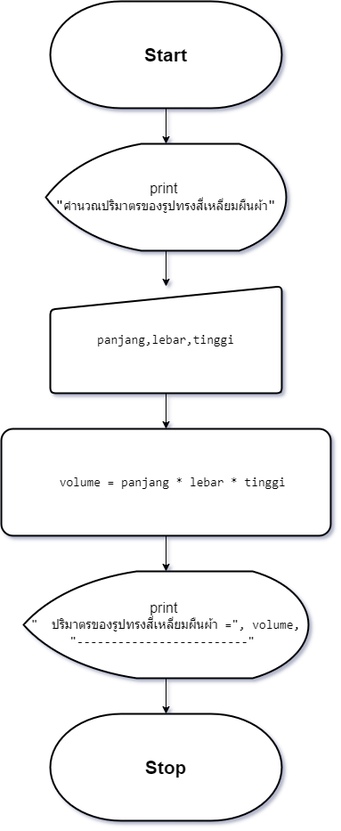
The draw.io diagram asset/F_png_file/sp_7.drawio.png in TeaplusSsuwan/Geometric_computation, before a commit. Source tidied: cells renumbered, new cells last; positions are measured from the earlier drawing's top-left corner, leaving out a move shared by most shapes.
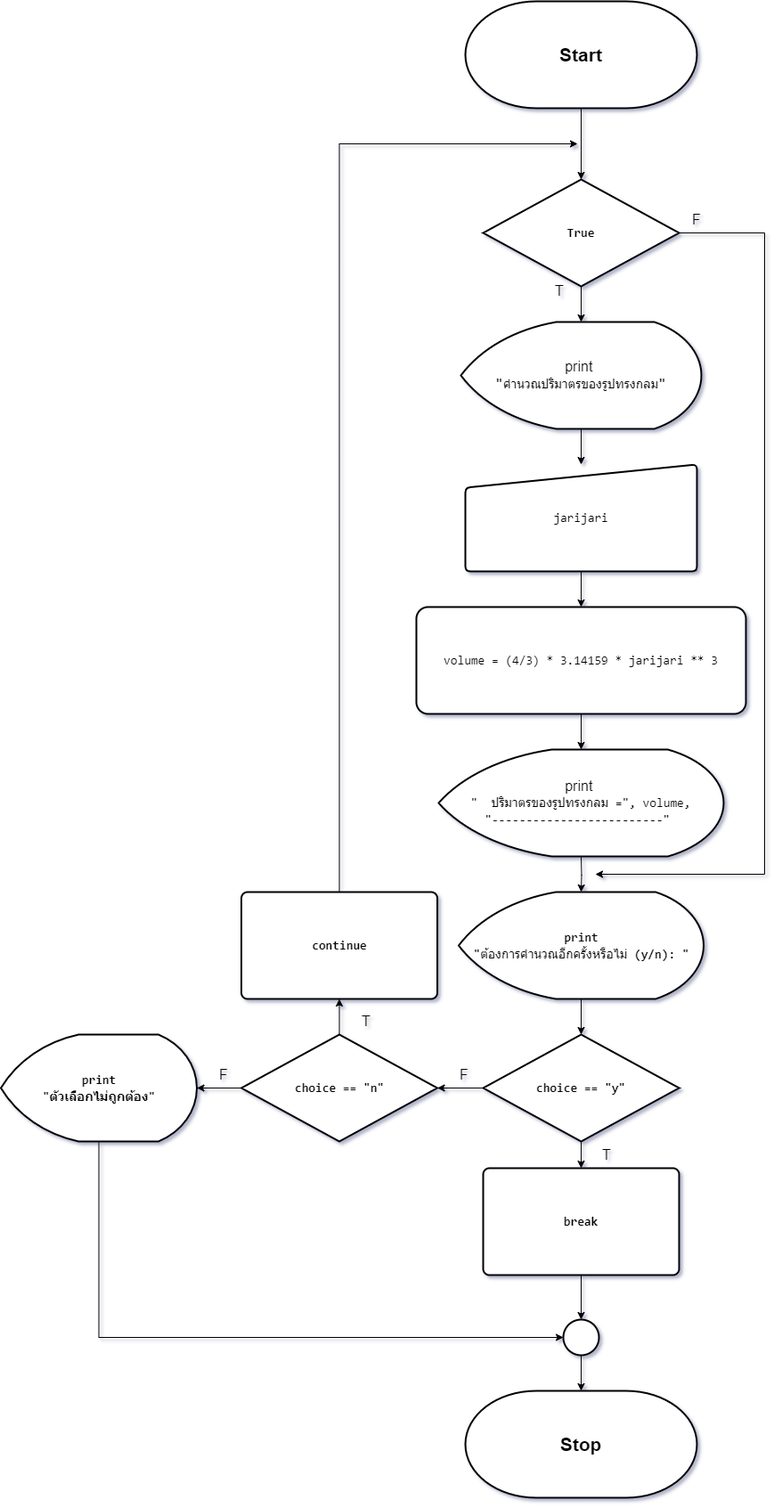
After the change.

What changed in the source:
```diff
@@ -2,38 +2,130 @@
   <root>
     <mxCell id="0" />
     <mxCell id="1" parent="0" />
+    <mxCell id="13" style="edgeStyle=orthogonalEdgeStyle;rounded=0;jettySize=auto;html=1;" parent="1" edge="1" source="2" target="16">
+      <mxGeometry relative="1" as="geometry" />
+    </mxCell>
     <mxCell id="2" value="&lt;font style=&quot;font-size: 21px;&quot;&gt;&lt;b&gt;Start&lt;/b&gt;&lt;/font&gt;" style="strokeWidth=2;html=1;shape=mxgraph.flowchart.terminator;whiteSpace=wrap;" parent="1" vertex="1">
-      <mxGeometry x="55" width="260" height="120" as="geometry" />
+      <mxGeometry x="55" y="-200" width="260" height="120" as="geometry" />
     </mxCell>
     <mxCell id="3" style="edgeStyle=orthogonalEdgeStyle;rounded=0;jettySize=auto;html=1;entryX=0.5;entryY=0;entryDx=0;entryDy=0;" parent="1" edge="1" source="4" target="7">
       <mxGeometry relative="1" as="geometry" />
     </mxCell>
-    <mxCell id="4" value="&lt;font style=&quot;font-size: 16px;&quot;&gt;print&amp;nbsp;&lt;/font&gt;&lt;div&gt;&lt;span style=&quot;font-family: Consolas, &amp;quot;Courier New&amp;quot;, monospace; white-space: pre;&quot;&gt;&lt;font style=&quot;font-size: 16px;&quot;&gt;&quot;&lt;/font&gt;&lt;/span&gt;&lt;span style=&quot;font-family: Consolas, &amp;quot;Courier New&amp;quot;, monospace; font-size: 14px; white-space: pre;&quot;&gt;คำนวณปริมาตรของรูปทรงสี่เหลี่ยมผืนผ้า&lt;/span&gt;&lt;span style=&quot;font-family: Consolas, &amp;quot;Courier New&amp;quot;, monospace; font-size: 16px; white-space: pre;&quot;&gt;&quot;&lt;/span&gt;&lt;br&gt;&lt;/div&gt;" style="strokeWidth=2;html=1;shape=mxgraph.flowchart.display;whiteSpace=wrap;" parent="1" vertex="1">
+    <mxCell id="4" value="&lt;font style=&quot;font-size: 16px;&quot;&gt;print&amp;nbsp;&lt;/font&gt;&lt;div&gt;&lt;span style=&quot;font-family: Consolas, &amp;quot;Courier New&amp;quot;, monospace; white-space: pre;&quot;&gt;&lt;font style=&quot;font-size: 16px;&quot;&gt;&quot;&lt;/font&gt;&lt;/span&gt;&lt;span style=&quot;font-family: Consolas, &amp;quot;Courier New&amp;quot;, monospace; font-size: 14px; white-space: pre;&quot;&gt;คำนวณปริมาตรของรูปทรงกลม&lt;/span&gt;&lt;span style=&quot;font-family: Consolas, &amp;quot;Courier New&amp;quot;, monospace; font-size: 16px; white-space: pre;&quot;&gt;&quot;&lt;/span&gt;&lt;br&gt;&lt;/div&gt;" style="strokeWidth=2;html=1;shape=mxgraph.flowchart.display;whiteSpace=wrap;" parent="1" vertex="1">
       <mxGeometry x="50" y="160" width="270" height="120" as="geometry" />
     </mxCell>
-    <mxCell id="5" style="edgeStyle=orthogonalEdgeStyle;rounded=0;jettySize=auto;html=1;entryX=0.5;entryY=0;entryDx=0;entryDy=0;entryPerimeter=0;" parent="1" edge="1" source="2" target="4">
-      <mxGeometry relative="1" as="geometry" />
-    </mxCell>
     <mxCell id="6" style="edgeStyle=orthogonalEdgeStyle;rounded=0;jettySize=auto;html=1;" parent="1" edge="1" source="7" target="9">
       <mxGeometry relative="1" as="geometry" />
     </mxCell>
-    <mxCell id="7" value="&lt;div style=&quot;font-size: 16px;&quot;&gt;&lt;div style=&quot;font-family: Consolas, &amp;quot;Courier New&amp;quot;, monospace; font-size: 14px; line-height: 19px; white-space: pre;&quot;&gt;&lt;div style=&quot;line-height: 19px;&quot;&gt;&lt;div style=&quot;line-height: 19px;&quot;&gt;&lt;div style=&quot;line-height: 19px;&quot;&gt;&lt;div style=&quot;line-height: 19px;&quot;&gt;&lt;div style=&quot;line-height: 19px;&quot;&gt;panjang,lebar,tinggi&lt;/div&gt;&lt;/div&gt;&lt;/div&gt;&lt;/div&gt;&lt;/div&gt;&lt;/div&gt;&lt;/div&gt;" style="html=1;strokeWidth=2;shape=manualInput;whiteSpace=wrap;rounded=1;size=26;arcSize=11;" parent="1" vertex="1">
+    <mxCell id="7" value="&lt;div style=&quot;font-size: 16px;&quot;&gt;&lt;div style=&quot;font-family: Consolas, &amp;quot;Courier New&amp;quot;, monospace; font-size: 14px; line-height: 19px; white-space: pre;&quot;&gt;&lt;div style=&quot;line-height: 19px;&quot;&gt;&lt;div style=&quot;line-height: 19px;&quot;&gt;&lt;div style=&quot;line-height: 19px;&quot;&gt;&lt;div style=&quot;line-height: 19px;&quot;&gt;&lt;div style=&quot;line-height: 19px;&quot;&gt;&lt;div style=&quot;line-height: 19px;&quot;&gt;&lt;span style=&quot;background-color: rgb(255, 255, 255);&quot;&gt;jarijari&lt;/span&gt;&lt;/div&gt;&lt;/div&gt;&lt;/div&gt;&lt;/div&gt;&lt;/div&gt;&lt;/div&gt;&lt;/div&gt;&lt;/div&gt;" style="html=1;strokeWidth=2;shape=manualInput;whiteSpace=wrap;rounded=1;size=26;arcSize=11;" parent="1" vertex="1">
       <mxGeometry x="55" y="320" width="260" height="120" as="geometry" />
     </mxCell>
     <mxCell id="8" style="edgeStyle=orthogonalEdgeStyle;rounded=0;jettySize=auto;html=1;" parent="1" edge="1" source="9" target="11">
       <mxGeometry relative="1" as="geometry" />
     </mxCell>
-    <mxCell id="9" value="&lt;div style=&quot;font-family: Consolas, &amp;quot;Courier New&amp;quot;, monospace; font-size: 16px; line-height: 19px; white-space: pre;&quot;&gt;&lt;div style=&quot;font-size: 14px; line-height: 19px;&quot;&gt;&lt;div style=&quot;&quot;&gt;&lt;div style=&quot;line-height: 19px;&quot;&gt;&lt;div style=&quot;&quot;&gt;&lt;div style=&quot;line-height: 19px;&quot;&gt;&lt;div style=&quot;line-height: 19px;&quot;&gt;&lt;div style=&quot;&quot;&gt;&lt;div style=&quot;line-height: 19px;&quot;&gt;&lt;div style=&quot;line-height: 19px;&quot;&gt;&lt;div style=&quot;&quot;&gt;&amp;nbsp; volume = panjang * lebar * tinggi&lt;/div&gt;&lt;/div&gt;&lt;/div&gt;&lt;/div&gt;&lt;/div&gt;&lt;/div&gt;&lt;/div&gt;&lt;/div&gt;&lt;/div&gt;&lt;/div&gt;&lt;/div&gt;" style="rounded=1;whiteSpace=wrap;html=1;strokeWidth=2;arcSize=11;" parent="1" vertex="1">
+    <mxCell id="9" value="&lt;div style=&quot;font-family: Consolas, &amp;quot;Courier New&amp;quot;, monospace; font-size: 16px; line-height: 19px; white-space: pre;&quot;&gt;&lt;div style=&quot;font-size: 14px; line-height: 19px;&quot;&gt;&lt;div style=&quot;&quot;&gt;&lt;div style=&quot;line-height: 19px;&quot;&gt;&lt;div style=&quot;&quot;&gt;&lt;div style=&quot;line-height: 19px;&quot;&gt;&lt;div style=&quot;line-height: 19px;&quot;&gt;&lt;div style=&quot;&quot;&gt;&lt;div style=&quot;line-height: 19px;&quot;&gt;&lt;div style=&quot;line-height: 19px;&quot;&gt;&lt;div style=&quot;&quot;&gt;&lt;div style=&quot;line-height: 19px;&quot;&gt;&lt;span style=&quot;background-color: rgb(255, 255, 255);&quot;&gt;volume = (4/3) * 3.14159 * jarijari ** 3&lt;/span&gt;&lt;/div&gt;&lt;/div&gt;&lt;/div&gt;&lt;/div&gt;&lt;/div&gt;&lt;/div&gt;&lt;/div&gt;&lt;/div&gt;&lt;/div&gt;&lt;/div&gt;&lt;/div&gt;&lt;/div&gt;" style="rounded=1;whiteSpace=wrap;html=1;strokeWidth=2;arcSize=11;" parent="1" vertex="1">
       <mxGeometry y="480" width="370" height="120" as="geometry" />
     </mxCell>
-    <mxCell id="10" style="edgeStyle=orthogonalEdgeStyle;rounded=0;jettySize=auto;html=1;" parent="1" edge="1" source="11" target="12">
-      <mxGeometry relative="1" as="geometry" />
-    </mxCell>
-    <mxCell id="11" value="&lt;font style=&quot;font-size: 16px;&quot;&gt;print&amp;nbsp;&lt;/font&gt;&lt;div&gt;&lt;div style=&quot;font-family: Consolas, &amp;quot;Courier New&amp;quot;, monospace; font-size: 14px; line-height: 19px; white-space: pre;&quot;&gt;&quot; &amp;nbsp;ปริมาตรของรูปทรงสี่เหลี่ยมผืนผ้า =&quot;, volume,&lt;br&gt;&lt;/div&gt;&lt;div style=&quot;font-family: Consolas, &amp;quot;Courier New&amp;quot;, monospace; font-size: 14px; line-height: 19px; white-space: pre;&quot;&gt;&quot;-------------------------&quot; &lt;/div&gt;&lt;/div&gt;" style="strokeWidth=2;html=1;shape=mxgraph.flowchart.display;whiteSpace=wrap;" parent="1" vertex="1">
+    <mxCell id="11" value="&lt;font style=&quot;font-size: 16px;&quot;&gt;print&amp;nbsp;&lt;/font&gt;&lt;div&gt;&lt;div style=&quot;font-family: Consolas, &amp;quot;Courier New&amp;quot;, monospace; font-size: 14px; line-height: 19px; white-space: pre;&quot;&gt;&quot; &amp;nbsp;ปริมาตรของรูปทรงกลม =&quot;, volume,&lt;br&gt;&lt;/div&gt;&lt;div style=&quot;font-family: Consolas, &amp;quot;Courier New&amp;quot;, monospace; font-size: 14px; line-height: 19px; white-space: pre;&quot;&gt;&quot;-------------------------&quot; &lt;/div&gt;&lt;/div&gt;" style="strokeWidth=2;html=1;shape=mxgraph.flowchart.display;whiteSpace=wrap;" parent="1" vertex="1">
       <mxGeometry x="25" y="640" width="320" height="120" as="geometry" />
     </mxCell>
+    <mxCell id="14" style="edgeStyle=orthogonalEdgeStyle;rounded=0;jettySize=auto;html=1;" parent="1" edge="1" source="16" target="4">
+      <mxGeometry relative="1" as="geometry" />
+    </mxCell>
+    <mxCell id="15" style="edgeStyle=orthogonalEdgeStyle;rounded=0;jettySize=auto;html=1;" parent="1" edge="1" source="16">
+      <mxGeometry relative="1" as="geometry">
+        <mxPoint x="201" y="780" as="targetPoint" />
+        <Array as="points">
+          <mxPoint x="391" y="60" />
+          <mxPoint x="391" y="780" />
+        </Array>
+      </mxGeometry>
+    </mxCell>
+    <mxCell id="16" value="&lt;div style=&quot;font-family: Consolas, &amp;quot;Courier New&amp;quot;, monospace; font-size: 14px; line-height: 19px; white-space: pre;&quot;&gt;&lt;span style=&quot;font-size: 14px;&quot;&gt;True&lt;/span&gt;&lt;/div&gt;" style="rhombus;whiteSpace=wrap;html=1;strokeWidth=2;labelBackgroundColor=none;fontColor=default;fontSize=14;fontStyle=1;" parent="1" vertex="1">
+      <mxGeometry x="75" width="220" height="120" as="geometry" />
+    </mxCell>
+    <mxCell id="17" value="T" style="text;html=1;align=center;verticalAlign=middle;whiteSpace=wrap;rounded=0;fontSize=16;" parent="1" vertex="1">
+      <mxGeometry x="131" y="110" width="60" height="30" as="geometry" />
+    </mxCell>
+    <mxCell id="18" value="F" style="text;html=1;align=center;verticalAlign=middle;whiteSpace=wrap;rounded=0;fontSize=16;" parent="1" vertex="1">
+      <mxGeometry x="285" y="30" width="60" height="30" as="geometry" />
+    </mxCell>
+    <mxCell id="19" style="edgeStyle=orthogonalEdgeStyle;rounded=0;jettySize=auto;html=1;" parent="1" edge="1" target="21">
+      <mxGeometry relative="1" as="geometry">
+        <mxPoint x="185" y="760" as="sourcePoint" />
+      </mxGeometry>
+    </mxCell>
     <mxCell id="12" value="&lt;font style=&quot;font-size: 21px;&quot;&gt;&lt;b&gt;Stop&lt;/b&gt;&lt;/font&gt;" style="strokeWidth=2;html=1;shape=mxgraph.flowchart.terminator;whiteSpace=wrap;" parent="1" vertex="1">
-      <mxGeometry x="55" y="800" width="260" height="120" as="geometry" />
+      <mxGeometry x="55" y="1360" width="260" height="120" as="geometry" />
     </mxCell>
+    <mxCell id="20" style="edgeStyle=orthogonalEdgeStyle;rounded=0;jettySize=auto;html=1;labelBackgroundColor=none;fontColor=default;fontSize=14;fontStyle=1;" parent="1" edge="1" source="21" target="24">
+      <mxGeometry relative="1" as="geometry" />
+    </mxCell>
+    <mxCell id="21" value="&lt;div style=&quot;font-family: Consolas, &amp;quot;Courier New&amp;quot;, monospace; font-size: 14px; line-height: 19px; white-space: pre;&quot;&gt;&lt;div style=&quot;line-height: 19px; font-size: 14px;&quot;&gt;&lt;span style=&quot;font-size: 14px;&quot;&gt;print&lt;/span&gt;&lt;/div&gt;&lt;/div&gt;&lt;div style=&quot;font-family: Consolas, &amp;quot;Courier New&amp;quot;, monospace; font-size: 14px; line-height: 19px; white-space: pre;&quot;&gt;&lt;div style=&quot;line-height: 19px; font-size: 14px;&quot;&gt;&lt;span style=&quot;font-size: 14px;&quot;&gt;&quot;&lt;/span&gt;&lt;span style=&quot;font-weight: normal;&quot;&gt;ต้องการคำนวณอีกครั้งหรือไม่&lt;/span&gt;&lt;span style=&quot;background-color: initial;&quot;&gt; (y/n): &quot;&lt;/span&gt;&lt;br&gt;&lt;/div&gt;&lt;/div&gt;" style="strokeWidth=2;html=1;shape=mxgraph.flowchart.display;whiteSpace=wrap;labelBackgroundColor=none;fontColor=default;fontSize=14;fontStyle=1;" parent="1" vertex="1">
+      <mxGeometry x="47.5" y="800" width="275" height="120" as="geometry" />
+    </mxCell>
+    <mxCell id="22" style="edgeStyle=orthogonalEdgeStyle;rounded=0;jettySize=auto;html=1;labelBackgroundColor=none;fontColor=default;fontSize=14;fontStyle=1;" parent="1" edge="1" source="24" target="27">
+      <mxGeometry relative="1" as="geometry" />
+    </mxCell>
+    <mxCell id="23" style="edgeStyle=orthogonalEdgeStyle;rounded=0;jettySize=auto;html=1;labelBackgroundColor=none;fontColor=default;fontSize=14;fontStyle=1;" parent="1" edge="1" source="24" target="31">
+      <mxGeometry relative="1" as="geometry" />
+    </mxCell>
+    <mxCell id="24" value="&lt;div style=&quot;font-family: Consolas, &amp;quot;Courier New&amp;quot;, monospace; font-size: 14px; line-height: 19px; white-space: pre;&quot;&gt;&lt;span style=&quot;font-size: 14px;&quot;&gt;choice &lt;/span&gt;== &lt;span style=&quot;font-size: 14px;&quot;&gt;&quot;y&quot;&lt;/span&gt;&lt;/div&gt;" style="rhombus;whiteSpace=wrap;html=1;strokeWidth=2;labelBackgroundColor=none;fontColor=default;fontSize=14;fontStyle=1;" parent="1" vertex="1">
+      <mxGeometry x="75" y="960" width="220" height="120" as="geometry" />
+    </mxCell>
+    <mxCell id="25" style="edgeStyle=orthogonalEdgeStyle;rounded=0;jettySize=auto;html=1;labelBackgroundColor=none;fontColor=default;fontSize=14;fontStyle=1;" parent="1" edge="1" source="27" target="29">
+      <mxGeometry relative="1" as="geometry" />
+    </mxCell>
+    <mxCell id="26" style="edgeStyle=orthogonalEdgeStyle;rounded=0;jettySize=auto;html=1;labelBackgroundColor=none;fontColor=default;fontSize=14;fontStyle=1;" parent="1" edge="1" source="27" target="33">
+      <mxGeometry relative="1" as="geometry" />
+    </mxCell>
+    <mxCell id="27" value="&lt;div style=&quot;font-family: Consolas, &amp;quot;Courier New&amp;quot;, monospace; font-size: 14px; line-height: 19px; white-space: pre;&quot;&gt;&lt;span style=&quot;font-size: 14px;&quot;&gt;choice &lt;/span&gt;== &lt;span style=&quot;font-size: 14px;&quot;&gt;&quot;&lt;/span&gt;&lt;span style=&quot;font-size: 14px;&quot;&gt;n&lt;/span&gt;&lt;span style=&quot;font-size: 14px;&quot;&gt;&quot;&lt;/span&gt;&lt;br style=&quot;font-size: 14px;&quot;&gt;&lt;/div&gt;" style="rhombus;whiteSpace=wrap;html=1;strokeWidth=2;labelBackgroundColor=none;fontColor=default;fontSize=14;fontStyle=1;" parent="1" vertex="1">
+      <mxGeometry x="-196.5" y="960" width="220" height="120" as="geometry" />
+    </mxCell>
+    <mxCell id="28" style="edgeStyle=orthogonalEdgeStyle;rounded=0;jettySize=auto;html=1;entryX=0;entryY=0.5;entryDx=0;entryDy=0;" parent="1" edge="1" source="29" target="39">
+      <mxGeometry relative="1" as="geometry">
+        <Array as="points">
+          <mxPoint x="-356.5" y="1300" />
+        </Array>
+      </mxGeometry>
+    </mxCell>
+    <mxCell id="29" value="&lt;div style=&quot;font-family: Consolas, &amp;quot;Courier New&amp;quot;, monospace; font-size: 14px; line-height: 19px; white-space: pre;&quot;&gt;&lt;div style=&quot;line-height: 19px; font-size: 14px;&quot;&gt;&lt;span style=&quot;font-size: 14px;&quot;&gt;print&lt;/span&gt;&lt;/div&gt;&lt;/div&gt;&lt;div style=&quot;font-family: Consolas, &amp;quot;Courier New&amp;quot;, monospace; font-size: 14px; line-height: 19px; white-space: pre;&quot;&gt;&lt;span style=&quot;font-size: 14px;&quot;&gt;&quot;&lt;/span&gt;&lt;span style=&quot;font-size: 14px;&quot;&gt;ตัวเลือกไม่ถูกต้อง&lt;/span&gt;&lt;span style=&quot;font-size: 14px;&quot;&gt;&quot;&lt;/span&gt;&lt;br style=&quot;font-size: 14px;&quot;&gt;&lt;/div&gt;" style="strokeWidth=2;html=1;shape=mxgraph.flowchart.display;whiteSpace=wrap;labelBackgroundColor=none;fontColor=default;fontSize=14;fontStyle=1;" parent="1" vertex="1">
+      <mxGeometry x="-466.5" y="960" width="220" height="120" as="geometry" />
+    </mxCell>
+    <mxCell id="30" style="edgeStyle=orthogonalEdgeStyle;rounded=0;jettySize=auto;html=1;" parent="1" edge="1" source="31" target="39">
+      <mxGeometry relative="1" as="geometry" />
+    </mxCell>
+    <mxCell id="31" value="&lt;div style=&quot;font-family: Consolas, &amp;quot;Courier New&amp;quot;, monospace; font-size: 14px; line-height: 19px; white-space: pre;&quot;&gt;&lt;span style=&quot;font-size: 14px;&quot;&gt;break&lt;/span&gt;&lt;/div&gt;" style="rounded=1;whiteSpace=wrap;html=1;absoluteArcSize=1;arcSize=14;strokeWidth=2;labelBackgroundColor=none;fontColor=default;fontSize=14;fontStyle=1;" parent="1" vertex="1">
+      <mxGeometry x="75" y="1110" width="220" height="120" as="geometry" />
+    </mxCell>
+    <mxCell id="32" style="edgeStyle=orthogonalEdgeStyle;rounded=0;jettySize=auto;html=1;" parent="1" edge="1" source="33">
+      <mxGeometry relative="1" as="geometry">
+        <mxPoint x="181" y="-40" as="targetPoint" />
+        <Array as="points">
+          <mxPoint x="-86" y="-40" />
+        </Array>
+      </mxGeometry>
+    </mxCell>
+    <mxCell id="33" value="&lt;div style=&quot;font-family: Consolas, &amp;quot;Courier New&amp;quot;, monospace; font-size: 14px; line-height: 19px; white-space: pre;&quot;&gt;&lt;div style=&quot;line-height: 19px; font-size: 14px;&quot;&gt;&lt;span style=&quot;font-size: 14px;&quot;&gt;continue&lt;/span&gt;&lt;/div&gt;&lt;/div&gt;" style="rounded=1;whiteSpace=wrap;html=1;absoluteArcSize=1;arcSize=14;strokeWidth=2;labelBackgroundColor=none;fontColor=default;fontSize=14;fontStyle=1;" parent="1" vertex="1">
+      <mxGeometry x="-196.5" y="800" width="220" height="120" as="geometry" />
+    </mxCell>
+    <mxCell id="34" value="T" style="text;html=1;align=center;verticalAlign=middle;whiteSpace=wrap;rounded=0;fontSize=16;" parent="1" vertex="1">
+      <mxGeometry x="183.5" y="1080" width="60" height="30" as="geometry" />
+    </mxCell>
+    <mxCell id="35" value="T" style="text;html=1;align=center;verticalAlign=middle;whiteSpace=wrap;rounded=0;fontSize=16;" parent="1" vertex="1">
+      <mxGeometry x="-86.5" y="930" width="60" height="30" as="geometry" />
+    </mxCell>
+    <mxCell id="36" value="F" style="text;html=1;align=center;verticalAlign=middle;whiteSpace=wrap;rounded=0;fontSize=16;" parent="1" vertex="1">
+      <mxGeometry x="23.5" y="990" width="60" height="30" as="geometry" />
+    </mxCell>
+    <mxCell id="37" value="F" style="text;html=1;align=center;verticalAlign=middle;whiteSpace=wrap;rounded=0;fontSize=16;" parent="1" vertex="1">
+      <mxGeometry x="-246.5" y="990" width="60" height="30" as="geometry" />
+    </mxCell>
+    <mxCell id="38" style="edgeStyle=orthogonalEdgeStyle;rounded=0;jettySize=auto;html=1;" parent="1" edge="1" source="39" target="12">
+      <mxGeometry relative="1" as="geometry" />
+    </mxCell>
+    <mxCell id="39" style="ellipse;whiteSpace=wrap;html=1;strokeWidth=2;labelBackgroundColor=none;fontColor=default;fontSize=14;fontStyle=1;" parent="1" vertex="1">
+      <mxGeometry x="165" y="1280" width="40" height="40" as="geometry" />
+    </mxCell>
   </root>
 </mxGraphModel>
```
